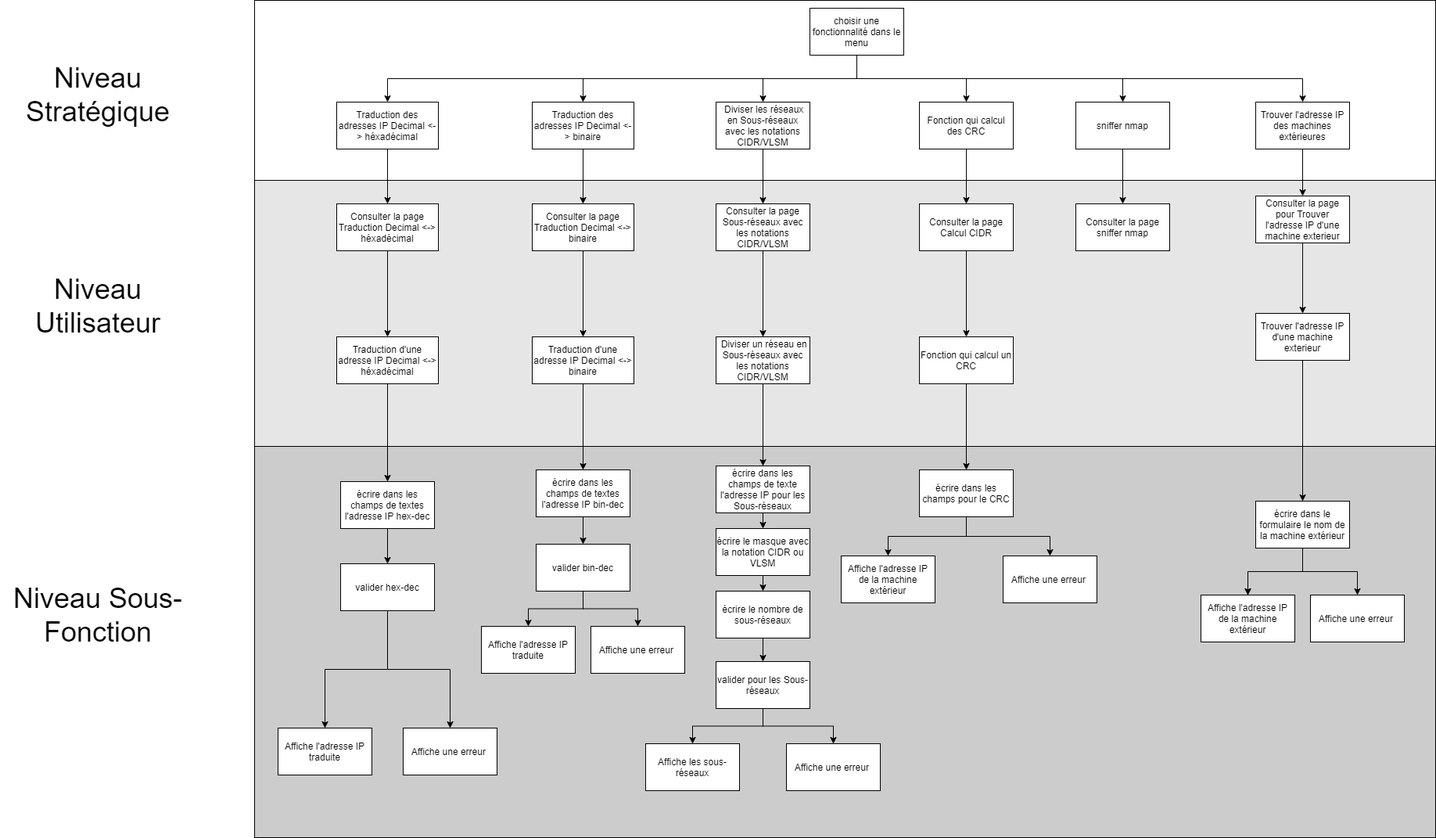
Earlier version of the draw.io export img/casUtilisation.png (pleijan/Plateforme-de-revision-Reseaux). Source tidied: cells renumbered, new cells last; positions are measured from the earlier drawing's top-left corner, leaving out a move shared by most shapes.
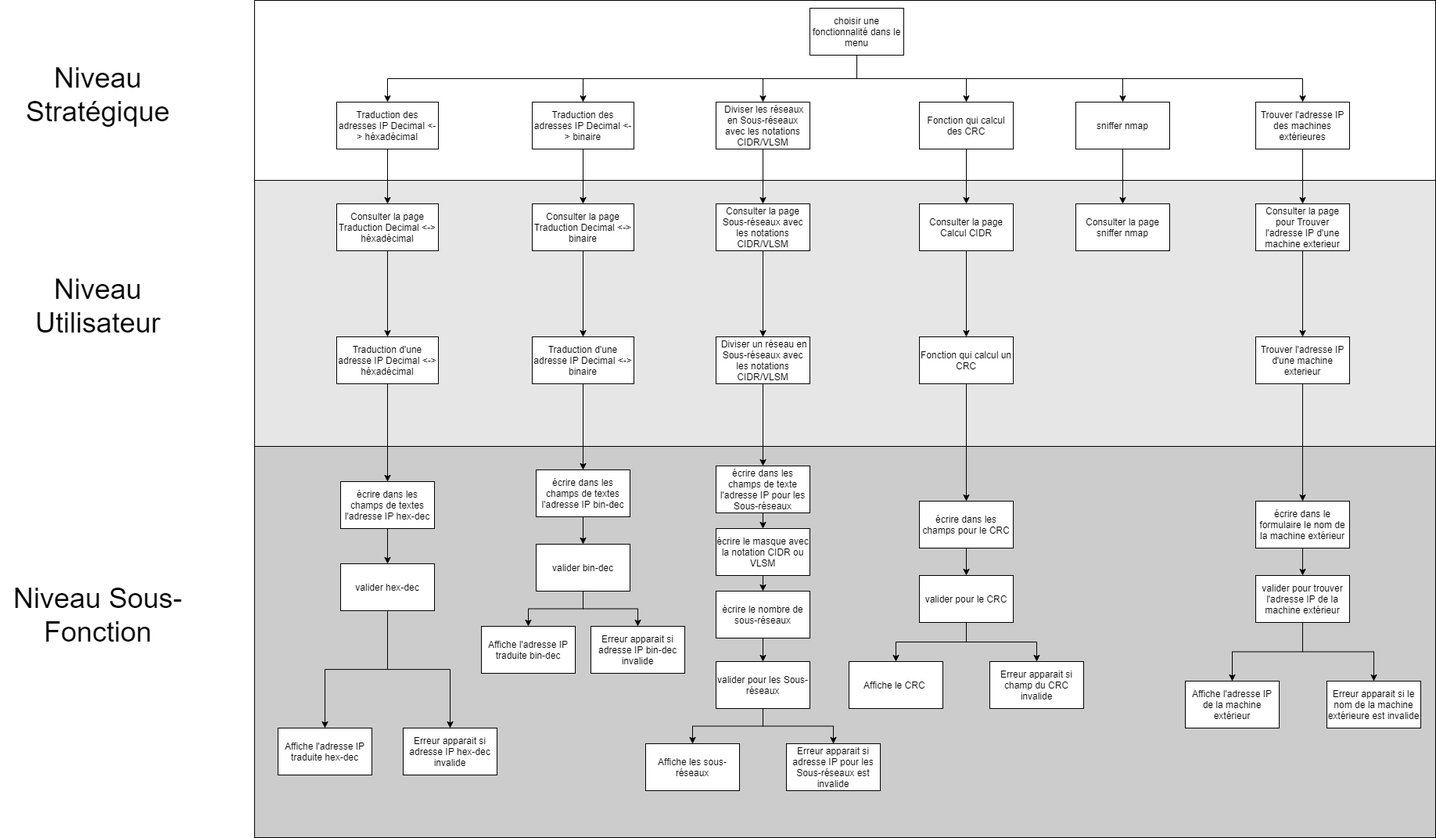
The same diagram one commit later.

Diff of the diagram source:
```diff
@@ -98,12 +98,12 @@
     <mxCell id="33" value="valider pour les Sous-réseaux" style="rounded=0;whiteSpace=wrap;html=1;" parent="1" vertex="1">
       <mxGeometry x="915" y="845" width="120" height="60" as="geometry" />
     </mxCell>
-    <mxCell id="34" style="edgeStyle=orthogonalEdgeStyle;rounded=0;jettySize=auto;html=1;exitX=0.5;exitY=1;exitDx=0;exitDy=0;" parent="1" edge="1" source="36" target="82">
-      <mxGeometry relative="1" as="geometry" />
-    </mxCell>
-    <mxCell id="35" style="edgeStyle=orthogonalEdgeStyle;rounded=0;jettySize=auto;html=1;exitX=0.5;exitY=1;exitDx=0;exitDy=0;entryX=0.5;entryY=0;entryDx=0;entryDy=0;" parent="1" edge="1" source="36" target="76">
+    <mxCell id="35" style="edgeStyle=orthogonalEdgeStyle;rounded=0;jettySize=auto;html=1;exitX=0.5;exitY=1;exitDx=0;exitDy=0;entryX=0.5;entryY=0;entryDx=0;entryDy=0;" parent="1" edge="1" source="87" target="76">
       <mxGeometry relative="1" as="geometry" />
     </mxCell>
+    <mxCell id="84" style="edgeStyle=orthogonalEdgeStyle;rounded=0;jettySize=auto;html=1;exitX=0.5;exitY=1;exitDx=0;exitDy=0;entryX=0.5;entryY=0;entryDx=0;entryDy=0;" parent="1" edge="1" source="36" target="87">
+      <mxGeometry relative="1" as="geometry" />
+    </mxCell>
     <mxCell id="36" value="écrire dans le formulaire le nom de la machine extérieur" style="rounded=0;whiteSpace=wrap;html=1;" parent="1" vertex="1">
       <mxGeometry x="1605" y="640" width="120" height="60" as="geometry" />
     </mxCell>
@@ -168,7 +168,7 @@
       <mxGeometry relative="1" as="geometry" />
     </mxCell>
     <mxCell id="57" value="Consulter la page pour Trouver l'adresse IP d'une machine exterieur" style="rounded=0;whiteSpace=wrap;html=1;" parent="1" vertex="1">
-      <mxGeometry x="1605" y="250" width="120" height="60" as="geometry" />
+      <mxGeometry x="1605" y="260" width="120" height="60" as="geometry" />
     </mxCell>
     <mxCell id="58" value="Consulter la page Sous-réseaux avec les notations CIDR/VLSM" style="rounded=0;whiteSpace=wrap;html=1;" parent="1" vertex="1">
       <mxGeometry x="915" y="260" width="120" height="60" as="geometry" />
@@ -182,10 +182,10 @@
     <mxCell id="61" style="edgeStyle=orthogonalEdgeStyle;rounded=0;jettySize=auto;html=1;exitX=0.5;exitY=1;exitDx=0;exitDy=0;entryX=0.5;entryY=0;entryDx=0;entryDy=0;" parent="1" edge="1" source="49" target="60">
       <mxGeometry relative="1" as="geometry" />
     </mxCell>
-    <mxCell id="62" value="Affiche l'adresse IP traduite" style="rounded=0;whiteSpace=wrap;html=1;" parent="1" vertex="1">
+    <mxCell id="62" value="Affiche l'adresse IP traduite hex-dec" style="rounded=0;whiteSpace=wrap;html=1;" parent="1" vertex="1">
       <mxGeometry x="355" y="930" width="120" height="60" as="geometry" />
     </mxCell>
-    <mxCell id="63" value="Affiche une erreur&amp;nbsp;" style="rounded=0;whiteSpace=wrap;html=1;" parent="1" vertex="1">
+    <mxCell id="63" value="Erreur apparait si adresse IP hex-dec invalide" style="rounded=0;whiteSpace=wrap;html=1;" parent="1" vertex="1">
       <mxGeometry x="515" y="930" width="120" height="60" as="geometry" />
     </mxCell>
     <mxCell id="64" value="Traduction d'une adresse IP Decimal &amp;lt;-&amp;gt; binaire" style="rounded=0;whiteSpace=wrap;html=1;" parent="1" vertex="1">
@@ -200,20 +200,20 @@
     <mxCell id="67" value="&amp;nbsp;Diviser un réseau en Sous-réseaux avec les notations CIDR/VLSM" style="rounded=0;whiteSpace=wrap;html=1;" parent="1" vertex="1">
       <mxGeometry x="915" y="430" width="120" height="60" as="geometry" />
     </mxCell>
-    <mxCell id="68" value="Affiche l'adresse IP traduite" style="rounded=0;whiteSpace=wrap;html=1;" parent="1" vertex="1">
+    <mxCell id="68" value="Affiche l'adresse IP traduite bin-dec" style="rounded=0;whiteSpace=wrap;html=1;" parent="1" vertex="1">
       <mxGeometry x="615" y="800" width="120" height="60" as="geometry" />
     </mxCell>
-    <mxCell id="69" value="Affiche une erreur&amp;nbsp;" style="rounded=0;whiteSpace=wrap;html=1;" parent="1" vertex="1">
+    <mxCell id="69" value="Erreur apparait si adresse IP bin-dec invalide" style="rounded=0;whiteSpace=wrap;html=1;" parent="1" vertex="1">
       <mxGeometry x="755" y="800" width="120" height="60" as="geometry" />
     </mxCell>
     <mxCell id="70" value="Affiche les sous-réseaux" style="rounded=0;whiteSpace=wrap;html=1;" parent="1" vertex="1">
       <mxGeometry x="825" y="950" width="120" height="60" as="geometry" />
     </mxCell>
-    <mxCell id="71" value="Affiche une erreur&amp;nbsp;" style="rounded=0;whiteSpace=wrap;html=1;" parent="1" vertex="1">
+    <mxCell id="71" value="Erreur apparait si adresse IP pour les Sous-réseaux est invalide" style="rounded=0;whiteSpace=wrap;html=1;" parent="1" vertex="1">
       <mxGeometry x="1005" y="950" width="120" height="60" as="geometry" />
     </mxCell>
     <mxCell id="72" value="Trouver l'adresse IP d'une machine exterieur" style="rounded=0;whiteSpace=wrap;html=1;" parent="1" vertex="1">
-      <mxGeometry x="1605" y="400" width="120" height="60" as="geometry" />
+      <mxGeometry x="1605" y="430" width="120" height="60" as="geometry" />
     </mxCell>
     <mxCell id="73" style="edgeStyle=orthogonalEdgeStyle;rounded=0;jettySize=auto;html=1;exitX=0.5;exitY=1;exitDx=0;exitDy=0;entryX=0.5;entryY=0;entryDx=0;entryDy=0;" parent="1" edge="1" source="48" target="57">
       <mxGeometry relative="1" as="geometry" />
@@ -224,29 +224,38 @@
     <mxCell id="75" value="Fonction qui calcul un CRC" style="rounded=0;whiteSpace=wrap;html=1;" parent="1" vertex="1">
       <mxGeometry x="1175" y="430" width="120" height="60" as="geometry" />
     </mxCell>
-    <mxCell id="76" value="Affiche une erreur&amp;nbsp;" style="rounded=0;whiteSpace=wrap;html=1;" parent="1" vertex="1">
-      <mxGeometry x="1675" y="760" width="120" height="60" as="geometry" />
+    <mxCell id="76" value="Erreur apparait si le nom de la machine extérieure est invalide" style="rounded=0;whiteSpace=wrap;html=1;" parent="1" vertex="1">
+      <mxGeometry x="1696" y="870" width="120" height="60" as="geometry" />
     </mxCell>
-    <mxCell id="77" value="Affiche l'adresse IP de la machine extérieur" style="rounded=0;whiteSpace=wrap;html=1;" parent="1" vertex="1">
-      <mxGeometry x="1075" y="710" width="120" height="60" as="geometry" />
+    <mxCell id="77" value="Affiche le CRC&amp;nbsp;" style="rounded=0;whiteSpace=wrap;html=1;" parent="1" vertex="1">
+      <mxGeometry x="1085" y="845" width="120" height="60" as="geometry" />
     </mxCell>
-    <mxCell id="78" value="Affiche une erreur&amp;nbsp;" style="rounded=0;whiteSpace=wrap;html=1;" parent="1" vertex="1">
-      <mxGeometry x="1282" y="710" width="120" height="60" as="geometry" />
+    <mxCell id="78" value="Erreur apparait si champ du CRC invalide" style="rounded=0;whiteSpace=wrap;html=1;" parent="1" vertex="1">
+      <mxGeometry x="1265" y="845" width="120" height="60" as="geometry" />
     </mxCell>
-    <mxCell id="79" style="edgeStyle=orthogonalEdgeStyle;rounded=0;jettySize=auto;html=1;exitX=0.5;exitY=1;exitDx=0;exitDy=0;entryX=0.5;entryY=0;entryDx=0;entryDy=0;" parent="1" edge="1" source="81" target="77">
+    <mxCell id="79" style="edgeStyle=orthogonalEdgeStyle;rounded=0;jettySize=auto;html=1;exitX=0.5;exitY=1;exitDx=0;exitDy=0;entryX=0.5;entryY=0;entryDx=0;entryDy=0;" parent="1" edge="1" source="86" target="77">
       <mxGeometry relative="1" as="geometry" />
     </mxCell>
-    <mxCell id="80" style="edgeStyle=orthogonalEdgeStyle;rounded=0;jettySize=auto;html=1;exitX=0.5;exitY=1;exitDx=0;exitDy=0;entryX=0.5;entryY=0;entryDx=0;entryDy=0;" parent="1" edge="1" source="81" target="78">
+    <mxCell id="80" style="edgeStyle=orthogonalEdgeStyle;rounded=0;jettySize=auto;html=1;exitX=0.5;exitY=1;exitDx=0;exitDy=0;entryX=0.5;entryY=0;entryDx=0;entryDy=0;" parent="1" edge="1" source="86" target="78">
       <mxGeometry relative="1" as="geometry" />
     </mxCell>
+    <mxCell id="85" style="edgeStyle=orthogonalEdgeStyle;rounded=0;jettySize=auto;html=1;exitX=0.5;exitY=1;exitDx=0;exitDy=0;entryX=0.5;entryY=0;entryDx=0;entryDy=0;" parent="1" edge="1" source="81" target="86">
+      <mxGeometry relative="1" as="geometry" />
+    </mxCell>
     <mxCell id="81" value="écrire dans les champs pour le CRC" style="rounded=0;whiteSpace=wrap;html=1;" parent="1" vertex="1">
-      <mxGeometry x="1175" y="600" width="120" height="60" as="geometry" />
+      <mxGeometry x="1175" y="640" width="120" height="60" as="geometry" />
     </mxCell>
     <mxCell id="82" value="Affiche l'adresse IP de la machine extérieur" style="rounded=0;whiteSpace=wrap;html=1;" parent="1" vertex="1">
-      <mxGeometry x="1535" y="760" width="120" height="60" as="geometry" />
+      <mxGeometry x="1515" y="870" width="120" height="60" as="geometry" />
     </mxCell>
-    <mxCell id="83" style="edgeStyle=orthogonalEdgeStyle;rounded=0;jettySize=auto;html=1;exitX=0.5;exitY=1;exitDx=0;exitDy=0;entryX=0.5;entryY=0;entryDx=0;entryDy=0;" parent="1" edge="1" source="36" target="82">
+    <mxCell id="83" style="edgeStyle=orthogonalEdgeStyle;rounded=0;jettySize=auto;html=1;exitX=0.5;exitY=1;exitDx=0;exitDy=0;entryX=0.5;entryY=0;entryDx=0;entryDy=0;" parent="1" edge="1" source="87" target="82">
       <mxGeometry relative="1" as="geometry" />
     </mxCell>
+    <mxCell id="86" value="valider pour le CRC" style="rounded=0;whiteSpace=wrap;html=1;" parent="1" vertex="1">
+      <mxGeometry x="1175" y="735" width="120" height="60" as="geometry" />
+    </mxCell>
+    <mxCell id="87" value="valider pour trouver l'adresse IP de la machine extérieur" style="rounded=0;whiteSpace=wrap;html=1;" parent="1" vertex="1">
+      <mxGeometry x="1605" y="735" width="120" height="60" as="geometry" />
+    </mxCell>
   </root>
 </mxGraphModel>
```
